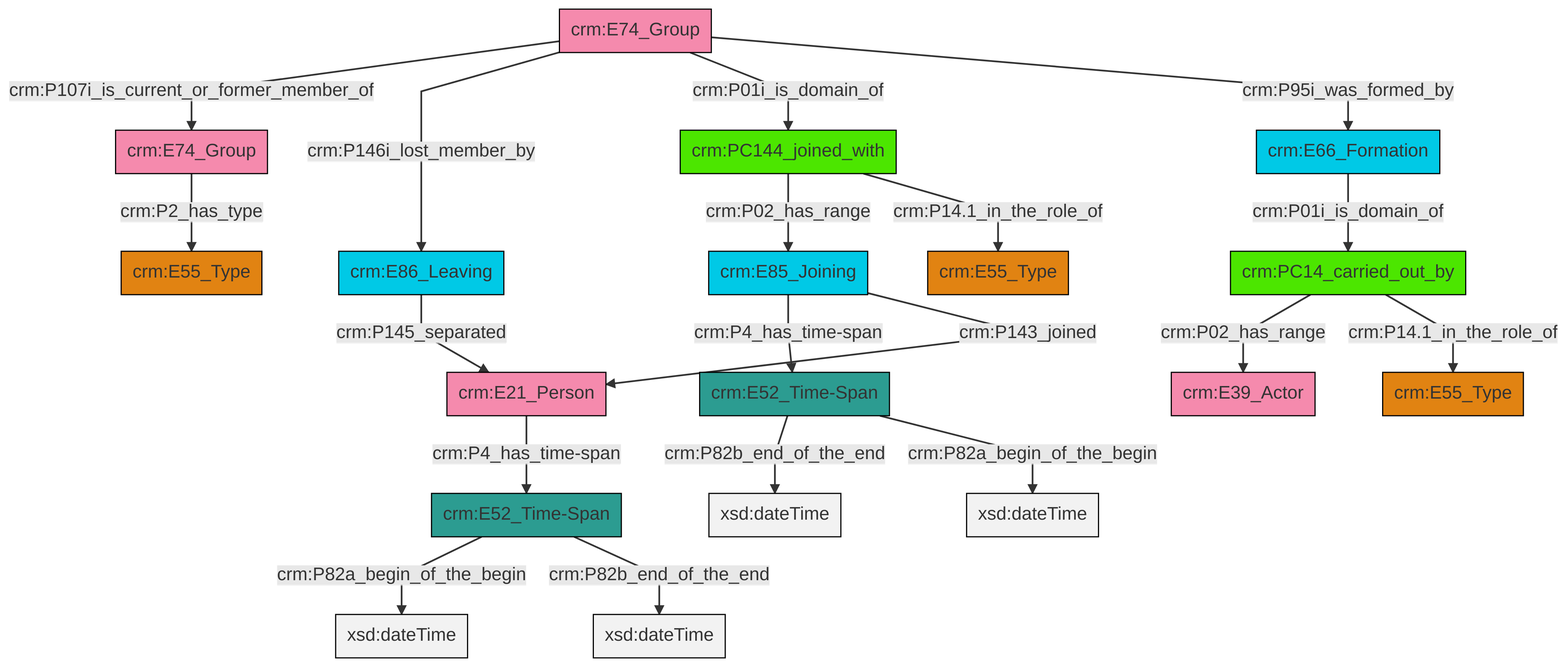
Before: et/groupCSV/ttl/mmd/png/group_actor_relations.png, a diagram exported from Mermaid (swiss-art-research-net/docs.swissartresearch). Its source is kept beside it as et/groupCSV/ttl/mmd/group_actor_relations.ttl.mmd. Its diagram source:
```mermaid
graph TD
classDef Literal fill:#f2f2f2,stroke:#000000;
classDef CRM_Entity fill:#FFFFFF,stroke:#000000;
classDef Temporal_Entity fill:#00C9E6, stroke:#000000;
classDef Type fill:#E18312, stroke:#000000;
classDef Time-Span fill:#2C9C91, stroke:#000000;
classDef Appellation fill:#FFEB7F, stroke:#000000;
classDef Place fill:#008836, stroke:#000000;
classDef Persistent_Item fill:#B266B2, stroke:#000000;
classDef Conceptual_Object fill:#FFD700, stroke:#000000;
classDef Physical_Thing fill:#D2B48C, stroke:#000000;
classDef Actor fill:#f58aad, stroke:#000000;
classDef PC_Classes fill:#4ce600, stroke:#000000;
classDef Multi fill:#cccccc,stroke:#000000;

2["crm:E52_Time-Span"]:::Time-Span -->|crm:P82a_begin_of_the_begin| 3[xsd:dateTime]:::Literal
4["crm:E86_Leaving"]:::Temporal_Entity -->|crm:P145_separated| 5["crm:E21_Person"]:::Actor
5["crm:E21_Person"]:::Actor -->|crm:P4_has_time-span| 2["crm:E52_Time-Span"]:::Time-Span
0["crm:PC14_carried_out_by"]:::PC_Classes -->|crm:P02_has_range| 6["crm:E39_Actor"]:::Actor
7["crm:PC144_joined_with"]:::PC_Classes -->|crm:P02_has_range| 8["crm:E85_Joining"]:::Temporal_Entity
0["crm:PC14_carried_out_by"]:::PC_Classes -->|crm:P14.1_in_the_role_of| 11["crm:E55_Type"]:::Type
8["crm:E85_Joining"]:::Temporal_Entity -->|crm:P4_has_time-span| 16["crm:E52_Time-Span"]:::Time-Span
17["crm:E66_Formation"]:::Temporal_Entity -->|crm:P01i_is_domain_of| 0["crm:PC14_carried_out_by"]:::PC_Classes
19["crm:E74_Group"]:::Actor -->|crm:P107i_is_current_or_former_member_of| 9["crm:E74_Group"]:::Actor
16["crm:E52_Time-Span"]:::Time-Span -->|crm:P82b_end_of_the_end| 20[xsd:dateTime]:::Literal
19["crm:E74_Group"]:::Actor -->|crm:P146i_lost_member_by| 4["crm:E86_Leaving"]:::Temporal_Entity
2["crm:E52_Time-Span"]:::Time-Span -->|crm:P82b_end_of_the_end| 23[xsd:dateTime]:::Literal
9["crm:E74_Group"]:::Actor -->|crm:P2_has_type| 25["crm:E55_Type"]:::Type
16["crm:E52_Time-Span"]:::Time-Span -->|crm:P82a_begin_of_the_begin| 26[xsd:dateTime]:::Literal
19["crm:E74_Group"]:::Actor -->|crm:P01i_is_domain_of| 7["crm:PC144_joined_with"]:::PC_Classes
8["crm:E85_Joining"]:::Temporal_Entity -->|crm:P143_joined| 5["crm:E21_Person"]:::Actor
19["crm:E74_Group"]:::Actor -->|crm:P95i_was_formed_by| 17["crm:E66_Formation"]:::Temporal_Entity
7["crm:PC144_joined_with"]:::PC_Classes -->|crm:P14.1_in_the_role_of| 14["crm:E55_Type"]:::Type
```
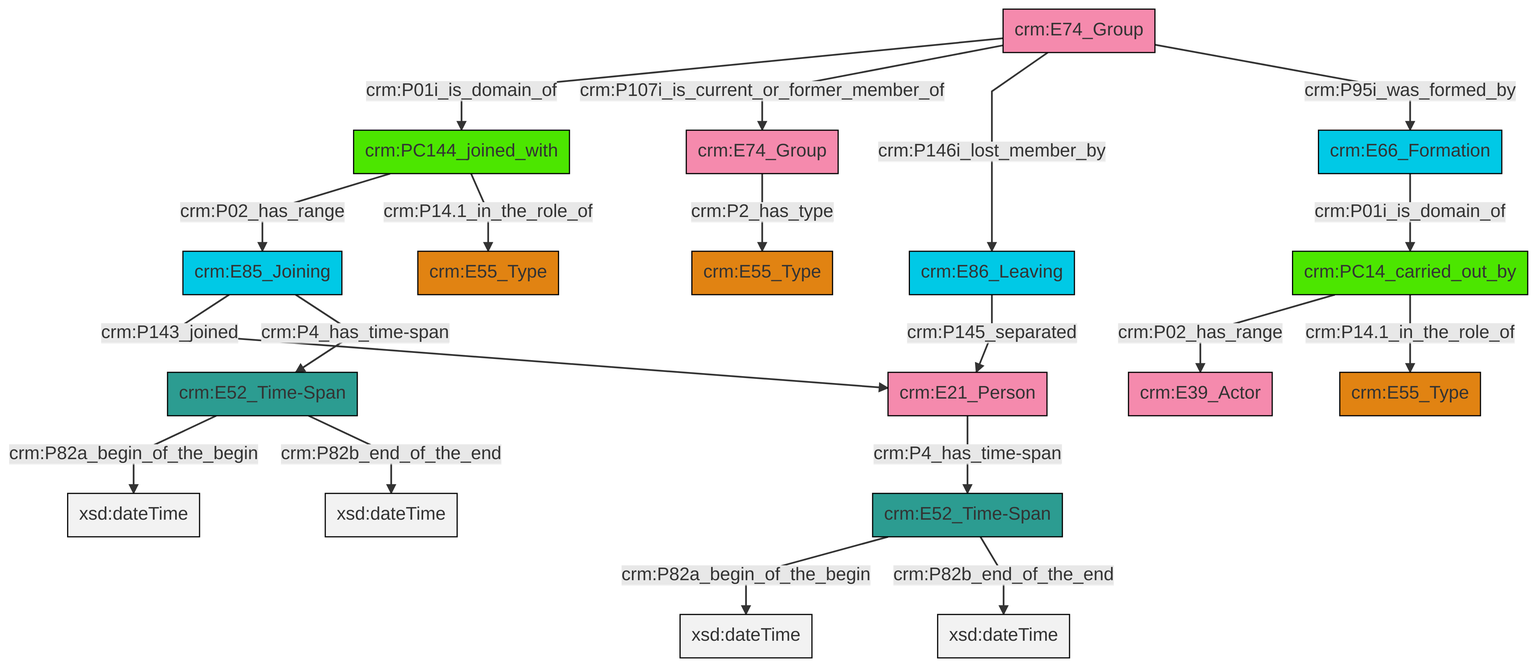
The same diagram one commit later.

The edit, as a diff of the source:
```diff
@@ -13,21 +13,21 @@
 classDef PC_Classes fill:#4ce600, stroke:#000000;
 classDef Multi fill:#cccccc,stroke:#000000;
 
-2["crm:E52_Time-Span"]:::Time-Span -->|crm:P82a_begin_of_the_begin| 3[xsd:dateTime]:::Literal
-4["crm:E86_Leaving"]:::Temporal_Entity -->|crm:P145_separated| 5["crm:E21_Person"]:::Actor
-5["crm:E21_Person"]:::Actor -->|crm:P4_has_time-span| 2["crm:E52_Time-Span"]:::Time-Span
-0["crm:PC14_carried_out_by"]:::PC_Classes -->|crm:P02_has_range| 6["crm:E39_Actor"]:::Actor
-7["crm:PC144_joined_with"]:::PC_Classes -->|crm:P02_has_range| 8["crm:E85_Joining"]:::Temporal_Entity
-0["crm:PC14_carried_out_by"]:::PC_Classes -->|crm:P14.1_in_the_role_of| 11["crm:E55_Type"]:::Type
-8["crm:E85_Joining"]:::Temporal_Entity -->|crm:P4_has_time-span| 16["crm:E52_Time-Span"]:::Time-Span
-17["crm:E66_Formation"]:::Temporal_Entity -->|crm:P01i_is_domain_of| 0["crm:PC14_carried_out_by"]:::PC_Classes
-19["crm:E74_Group"]:::Actor -->|crm:P107i_is_current_or_former_member_of| 9["crm:E74_Group"]:::Actor
-16["crm:E52_Time-Span"]:::Time-Span -->|crm:P82b_end_of_the_end| 20[xsd:dateTime]:::Literal
-19["crm:E74_Group"]:::Actor -->|crm:P146i_lost_member_by| 4["crm:E86_Leaving"]:::Temporal_Entity
-2["crm:E52_Time-Span"]:::Time-Span -->|crm:P82b_end_of_the_end| 23[xsd:dateTime]:::Literal
-9["crm:E74_Group"]:::Actor -->|crm:P2_has_type| 25["crm:E55_Type"]:::Type
-16["crm:E52_Time-Span"]:::Time-Span -->|crm:P82a_begin_of_the_begin| 26[xsd:dateTime]:::Literal
-19["crm:E74_Group"]:::Actor -->|crm:P01i_is_domain_of| 7["crm:PC144_joined_with"]:::PC_Classes
-8["crm:E85_Joining"]:::Temporal_Entity -->|crm:P143_joined| 5["crm:E21_Person"]:::Actor
-19["crm:E74_Group"]:::Actor -->|crm:P95i_was_formed_by| 17["crm:E66_Formation"]:::Temporal_Entity
-7["crm:PC144_joined_with"]:::PC_Classes -->|crm:P14.1_in_the_role_of| 14["crm:E55_Type"]:::Type
+0["crm:E74_Group"]:::Actor -->|crm:P01i_is_domain_of| 1["crm:PC144_joined_with"]:::PC_Classes
+3["crm:E66_Formation"]:::Temporal_Entity -->|crm:P01i_is_domain_of| 4["crm:PC14_carried_out_by"]:::PC_Classes
+1["crm:PC144_joined_with"]:::PC_Classes -->|crm:P02_has_range| 5["crm:E85_Joining"]:::Temporal_Entity
+6["crm:E52_Time-Span"]:::Time-Span -->|crm:P82a_begin_of_the_begin| 7[xsd:dateTime]:::Literal
+5["crm:E85_Joining"]:::Temporal_Entity -->|crm:P143_joined| 8["crm:E21_Person"]:::Actor
+4["crm:PC14_carried_out_by"]:::PC_Classes -->|crm:P02_has_range| 10["crm:E39_Actor"]:::Actor
+5["crm:E85_Joining"]:::Temporal_Entity -->|crm:P4_has_time-span| 6["crm:E52_Time-Span"]:::Time-Span
+20["crm:E52_Time-Span"]:::Time-Span -->|crm:P82a_begin_of_the_begin| 21[xsd:dateTime]:::Literal
+6["crm:E52_Time-Span"]:::Time-Span -->|crm:P82b_end_of_the_end| 22[xsd:dateTime]:::Literal
+4["crm:PC14_carried_out_by"]:::PC_Classes -->|crm:P14.1_in_the_role_of| 17["crm:E55_Type"]:::Type
+13["crm:E74_Group"]:::Actor -->|crm:P2_has_type| 15["crm:E55_Type"]:::Type
+8["crm:E21_Person"]:::Actor -->|crm:P4_has_time-span| 20["crm:E52_Time-Span"]:::Time-Span
+23["crm:E86_Leaving"]:::Temporal_Entity -->|crm:P145_separated| 8["crm:E21_Person"]:::Actor
+20["crm:E52_Time-Span"]:::Time-Span -->|crm:P82b_end_of_the_end| 25[xsd:dateTime]:::Literal
+0["crm:E74_Group"]:::Actor -->|crm:P107i_is_current_or_former_member_of| 13["crm:E74_Group"]:::Actor
+0["crm:E74_Group"]:::Actor -->|crm:P146i_lost_member_by| 23["crm:E86_Leaving"]:::Temporal_Entity
+0["crm:E74_Group"]:::Actor -->|crm:P95i_was_formed_by| 3["crm:E66_Formation"]:::Temporal_Entity
+1["crm:PC144_joined_with"]:::PC_Classes -->|crm:P14.1_in_the_role_of| 11["crm:E55_Type"]:::Type
```
